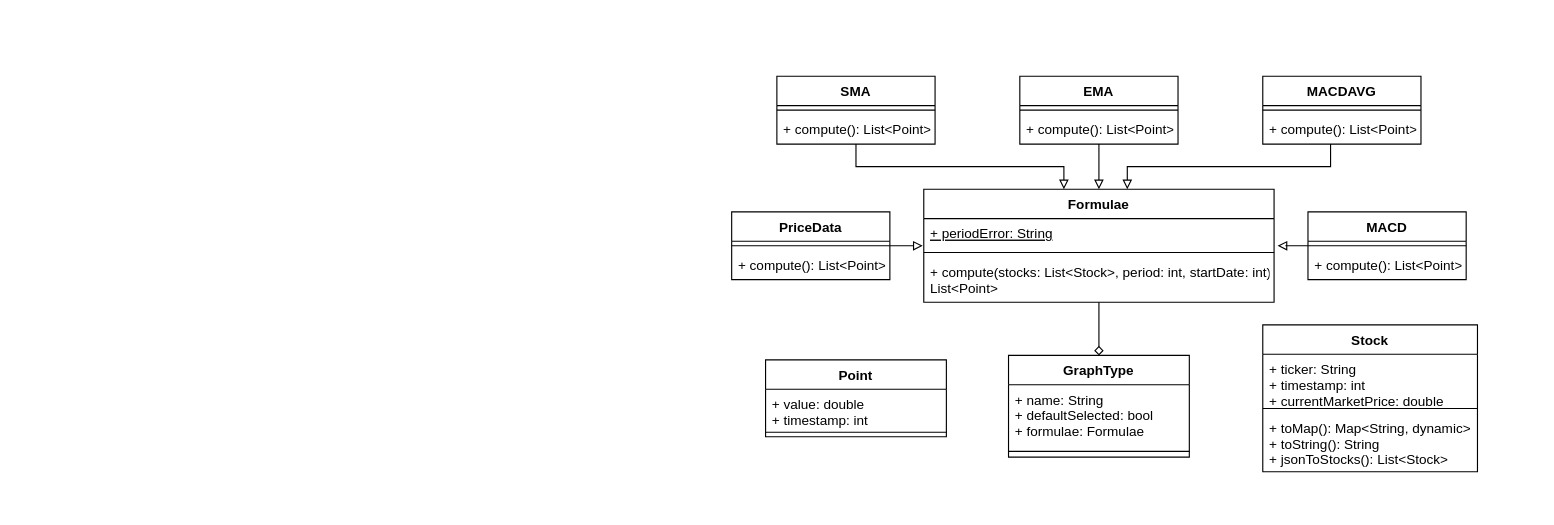
The draw.io diagram diagrams/ClassDiagram.drawio in TudorMaxim/FinancialSystemsCoursework, before the edit. Source tidied: cells renumbered, new cells numbered last; positions are measured from the earlier drawing's top-left corner, leaving out a move shared by most shapes. Both pictures are drawn from the tidied source at 113%, with x=0, y=0 at pixel (731, 76).
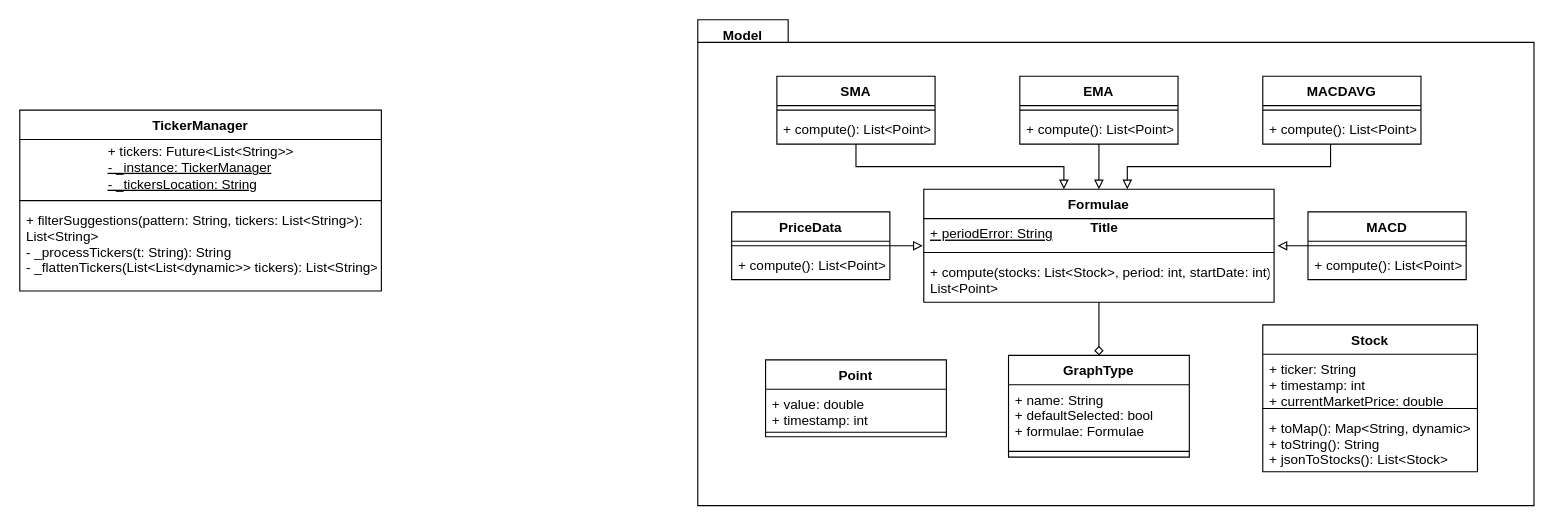
Above is the later version.

Commit message:
TickerManager class added

Change to the diagram source:
```diff
@@
+    <mxCell id="37" style="shape=folder;fontStyle=1;spacingTop=10;tabWidth=80;tabHeight=20;tabPosition=left;html=1;" parent="1" vertex="1">
+      <mxGeometry x="-30" y="-50" width="740" height="430" as="geometry" />
+    </mxCell>
@@
+    <mxCell id="38" value="Title" style="text;align=center;fontStyle=1;verticalAlign=middle;spacingLeft=3;spacingRight=3;strokeColor=none;" parent="1" vertex="1">
+      <mxGeometry x="290" y="120" width="80" height="26" as="geometry" />
+    </mxCell>
+    <mxCell id="39" value="Model" style="text;align=center;fontStyle=1;verticalAlign=middle;spacingLeft=3;spacingRight=3;strokeColor=none;" parent="1" vertex="1">
+      <mxGeometry x="-30" y="-50" width="80" height="26" as="geometry" />
+    </mxCell>
+    <mxCell id="40" value="TickerManager" style="swimlane;fontStyle=1;align=center;verticalAlign=top;horizontal=1;startSize=26;" parent="1" vertex="1">
+      <mxGeometry x="-630" y="30" width="320" height="160" as="geometry" />
+    </mxCell>
+    <mxCell id="41" value="&lt;div style=&quot;text-align: left&quot;&gt;+ tickers: Future&amp;lt;List&amp;lt;String&amp;gt;&amp;gt;&lt;/div&gt;&lt;u&gt;&lt;div style=&quot;text-align: left&quot;&gt;&lt;u&gt;- _instance: TickerManager&lt;/u&gt;&lt;/div&gt;&lt;span&gt;&lt;div style=&quot;text-align: left&quot;&gt;&lt;u&gt;- _tickersLocation: String&lt;/u&gt;&lt;/div&gt;&lt;/span&gt;&lt;/u&gt;" style="text;html=1;align=center;verticalAlign=middle;" parent="40" vertex="1">
+      <mxGeometry y="26" width="320" height="50" as="geometry" />
+    </mxCell>
+    <mxCell id="42" style="line;strokeWidth=1;fillColor=none;align=left;verticalAlign=middle;spacingTop=-1;spacingLeft=3;spacingRight=3;labelPosition=right;" parent="40" vertex="1">
+      <mxGeometry y="76" width="320" height="8" as="geometry" />
+    </mxCell>
+    <mxCell id="43" value="+ filterSuggestions(pattern: String, tickers: List&lt;String&gt;): &#10;List&lt;String&gt;&#10;- _processTickers(t: String): String&#10;- _flattenTickers(List&lt;List&lt;dynamic&gt;&gt; tickers): List&lt;String&gt; " style="text;strokeColor=none;fillColor=none;align=left;verticalAlign=top;spacingLeft=4;spacingRight=4;overflow=hidden;" parent="40" vertex="1">
+      <mxGeometry y="84" width="320" height="76" as="geometry" />
+    </mxCell>
```
